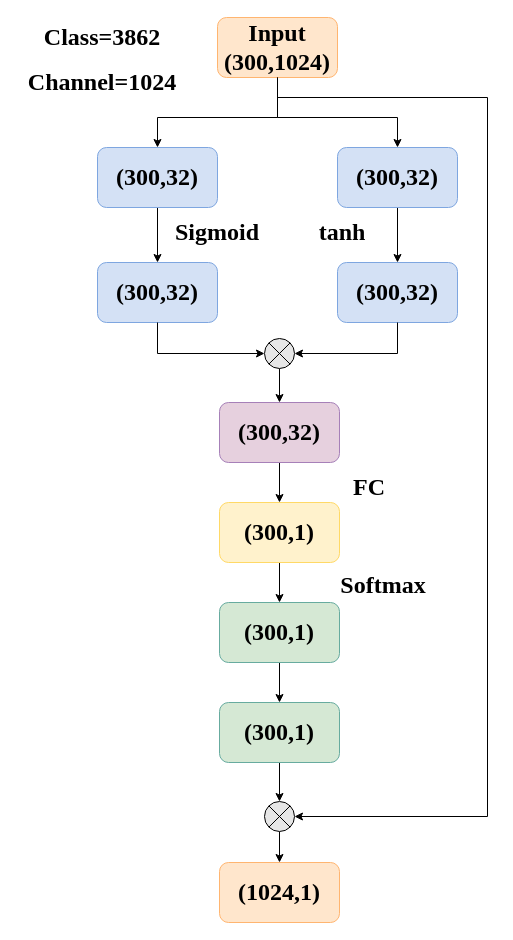
Above: MIVL.drawio in limengzhu3211/draw (draw.io), before the change. Source tidied: cells renumbered, new cells numbered last; positions are measured from the earlier drawing's top-left corner, leaving out a move shared by most shapes. Both pictures are drawn from the tidied source at 100%, with x=0, y=0 at pixel (17, 17).
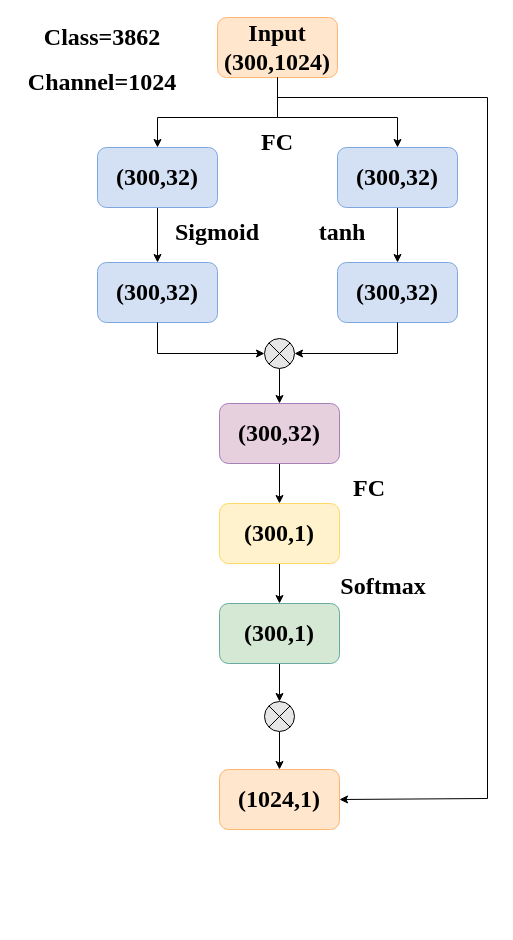
The same page after the edit.

Diff of the diagram source:
```diff
@@
     <mxCell id="7" value="&lt;span&gt;&lt;font style=&quot;font-size: 24px&quot; face=&quot;Times New Roman&quot;&gt;&lt;b&gt;(300,32)&lt;/b&gt;&lt;/font&gt;&lt;/span&gt;" style="rounded=1;whiteSpace=wrap;html=1;fillColor=#E6D0DE;strokeColor=#A680B8;" parent="1" vertex="1">
-      <mxGeometry x="202" y="385" width="120" height="60" as="geometry" />
+      <mxGeometry x="202" y="386" width="120" height="60" as="geometry" />
     </mxCell>
@@
     <mxCell id="10" value="&lt;span&gt;&lt;font style=&quot;font-size: 24px&quot; face=&quot;Times New Roman&quot;&gt;&lt;b&gt;(300,1)&lt;/b&gt;&lt;/font&gt;&lt;/span&gt;" style="rounded=1;whiteSpace=wrap;html=1;fillColor=#FFF2CC;strokeColor=#FFD966;" parent="1" vertex="1">
-      <mxGeometry x="202" y="485" width="120" height="60" as="geometry" />
+      <mxGeometry x="202" y="486" width="120" height="60" as="geometry" />
     </mxCell>
-    <mxCell id="11" style="edgeStyle=orthogonalEdgeStyle;rounded=0;jettySize=auto;html=1;" parent="1" edge="1" source="12" target="14">
-      <mxGeometry relative="1" as="geometry" />
-    </mxCell>
+    <mxCell id="37" style="edgeStyle=orthogonalEdgeStyle;rounded=0;jettySize=auto;html=1;" parent="1" edge="1" source="12" target="27">
+      <mxGeometry relative="1" as="geometry" />
+    </mxCell>
     <mxCell id="12" value="&lt;span&gt;&lt;font face=&quot;Times New Roman&quot; style=&quot;font-size: 24px&quot;&gt;&lt;b&gt;(300,1)&lt;/b&gt;&lt;/font&gt;&lt;/span&gt;" style="rounded=1;whiteSpace=wrap;html=1;fillColor=#D5E8D4;strokeColor=#67AB9F;" parent="1" vertex="1">
-      <mxGeometry x="202" y="585" width="120" height="60" as="geometry" />
+      <mxGeometry x="202" y="586" width="120" height="60" as="geometry" />
     </mxCell>
-    <mxCell id="13" style="edgeStyle=orthogonalEdgeStyle;rounded=0;jettySize=auto;html=1;entryX=0.5;entryY=0;entryDx=0;entryDy=0;" parent="1" edge="1" source="14" target="27">
-      <mxGeometry relative="1" as="geometry" />
-    </mxCell>
-    <mxCell id="14" value="&lt;span&gt;&lt;font face=&quot;Times New Roman&quot; style=&quot;font-size: 24px&quot;&gt;&lt;b&gt;(300,1)&lt;/b&gt;&lt;/font&gt;&lt;/span&gt;" style="rounded=1;whiteSpace=wrap;html=1;fillColor=#D5E8D4;strokeColor=#67AB9F;" parent="1" vertex="1">
-      <mxGeometry x="202" y="685" width="120" height="60" as="geometry" />
-    </mxCell>
     <mxCell id="15" value="&lt;span&gt;&lt;font face=&quot;Times New Roman&quot; style=&quot;font-size: 24px&quot;&gt;&lt;b&gt;(1024,1)&lt;/b&gt;&lt;/font&gt;&lt;/span&gt;" style="rounded=1;whiteSpace=wrap;html=1;fillColor=#FFE6CC;strokeColor=#FFB570;" parent="1" vertex="1">
-      <mxGeometry x="202" y="845" width="120" height="60" as="geometry" />
+      <mxGeometry x="202" y="752" width="120" height="60" as="geometry" />
     </mxCell>
@@
     <mxCell id="27" style="ellipse;whiteSpace=wrap;html=1;fillColor=#E6E6E6;" parent="1" vertex="1">
-      <mxGeometry x="247" y="784" width="30" height="30" as="geometry" />
+      <mxGeometry x="247" y="684" width="30" height="30" as="geometry" />
     </mxCell>
@@
-    <mxCell id="30" style="endArrow=classic;html=1;rounded=0;edgeStyle=orthogonalEdgeStyle;entryX=1;entryY=0.5;entryDx=0;entryDy=0;" parent="1" edge="1" target="27">
+    <mxCell id="30" style="endArrow=classic;html=1;rounded=0;edgeStyle=orthogonalEdgeStyle;entryX=1;entryY=0.5;entryDx=0;entryDy=0;" parent="1" edge="1" target="15">
       <mxGeometry relative="1" as="geometry">
         <mxPoint x="260" y="80" as="sourcePoint" />
         <Array as="points">
           <mxPoint x="470" y="80" />
-          <mxPoint x="470" y="799" />
+          <mxPoint x="470" y="781" />
         </Array>
       </mxGeometry>
     </mxCell>
@@
     <mxCell id="33" value="&lt;font style=&quot;font-size: 24px&quot; face=&quot;Times New Roman&quot;&gt;&lt;b&gt;FC&lt;/b&gt;&lt;/font&gt;" style="text;html=1;strokeColor=none;fillColor=none;align=center;verticalAlign=middle;whiteSpace=wrap;rounded=0;" parent="1" vertex="1">
-      <mxGeometry x="322" y="455" width="60" height="30" as="geometry" />
+      <mxGeometry x="322" y="456" width="60" height="30" as="geometry" />
     </mxCell>
     <mxCell id="34" value="&lt;font style=&quot;font-size: 24px&quot; face=&quot;Times New Roman&quot;&gt;&lt;b&gt;Softmax&lt;/b&gt;&lt;/font&gt;" style="text;html=1;strokeColor=none;fillColor=none;align=center;verticalAlign=middle;whiteSpace=wrap;rounded=0;" parent="1" vertex="1">
-      <mxGeometry x="326" y="550" width="80" height="35" as="geometry" />
+      <mxGeometry x="326" y="551" width="80" height="35" as="geometry" />
     </mxCell>
@@
+    <mxCell id="38" value="&lt;font style=&quot;font-size: 24px&quot; face=&quot;Times New Roman&quot;&gt;&lt;b&gt;FC&lt;/b&gt;&lt;/font&gt;" style="text;html=1;strokeColor=none;fillColor=none;align=center;verticalAlign=middle;whiteSpace=wrap;rounded=0;" parent="1" vertex="1">
+      <mxGeometry x="230" y="110" width="60" height="30" as="geometry" />
+    </mxCell>
```
